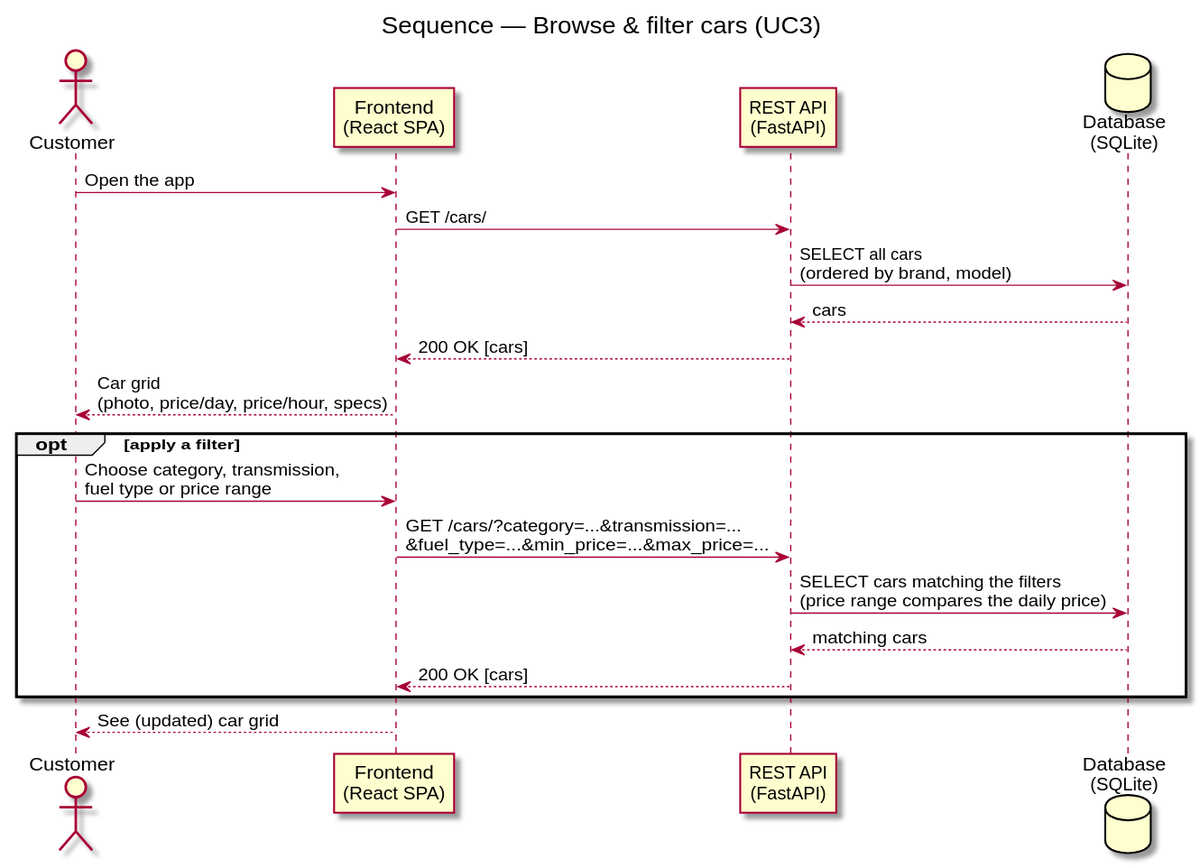
The PlantUML diagram docs/diagrams/sequence-browse-cars.svg in DavidMagyarics/CarRentalVSB, before a commit. Source of this version:
```plantuml
@startuml sequence-browse-cars
skinparam backgroundColor white
title Sequence — Browse & filter cars (UC3)

actor Customer
participant "Frontend\n(React SPA)" as FE
participant "REST API\n(FastAPI)" as API
database "Database\n(SQLite)" as DB

Customer -> FE: Open the app
FE -> API: GET /cars/
API -> DB: SELECT all cars\n(ordered by brand, model)
DB --> API: cars
API --> FE: 200 OK [cars]
FE --> Customer: Car grid\n(photo, price/day, price/hour, specs)

opt apply a filter
  Customer -> FE: Choose category, transmission,\nfuel type or price range
  FE -> API: GET /cars/?category=...&transmission=...\n&fuel_type=...&min_price=...&max_price=...
  API -> DB: SELECT cars matching the filters\n(price range compares the daily price)
  DB --> API: matching cars
  API --> FE: 200 OK [cars]
end

FE --> Customer: See (updated) car grid
@enduml
```
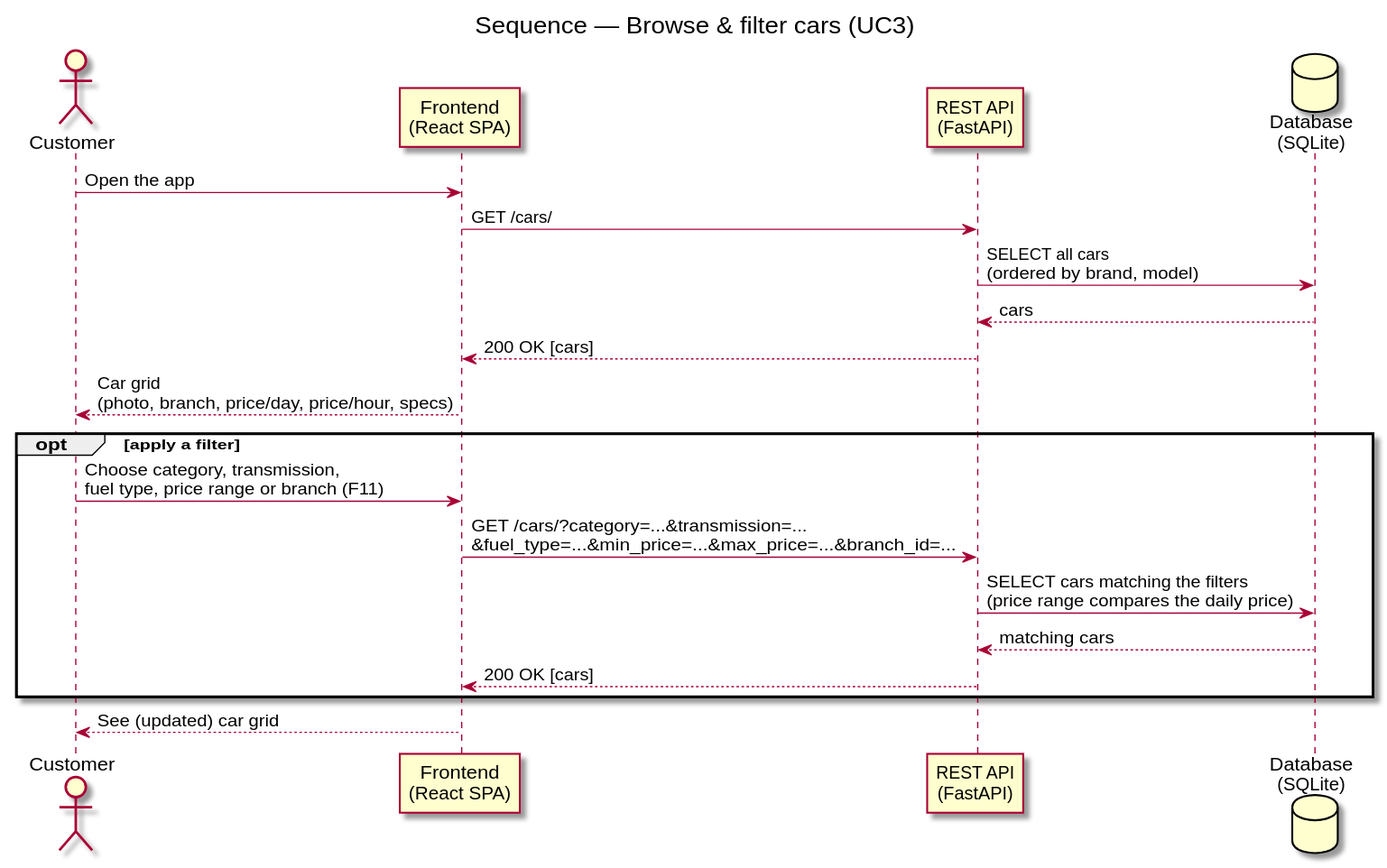
The same file after the commit.

The edit, as a diff of the source:
```diff
@@ -12,11 +12,11 @@
 API -> DB: SELECT all cars\n(ordered by brand, model)
 DB --> API: cars
 API --> FE: 200 OK [cars]
-FE --> Customer: Car grid\n(photo, price/day, price/hour, specs)
+FE --> Customer: Car grid\n(photo, branch, price/day, price/hour, specs)
 
 opt apply a filter
-  Customer -> FE: Choose category, transmission,\nfuel type or price range
-  FE -> API: GET /cars/?category=...&transmission=...\n&fuel_type=...&min_price=...&max_price=...
+  Customer -> FE: Choose category, transmission,\nfuel type, price range or branch (F11)
+  FE -> API: GET /cars/?category=...&transmission=...\n&fuel_type=...&min_price=...&max_price=...&branch_id=...
   API -> DB: SELECT cars matching the filters\n(price range compares the daily price)
   DB --> API: matching cars
   API --> FE: 200 OK [cars]
```
